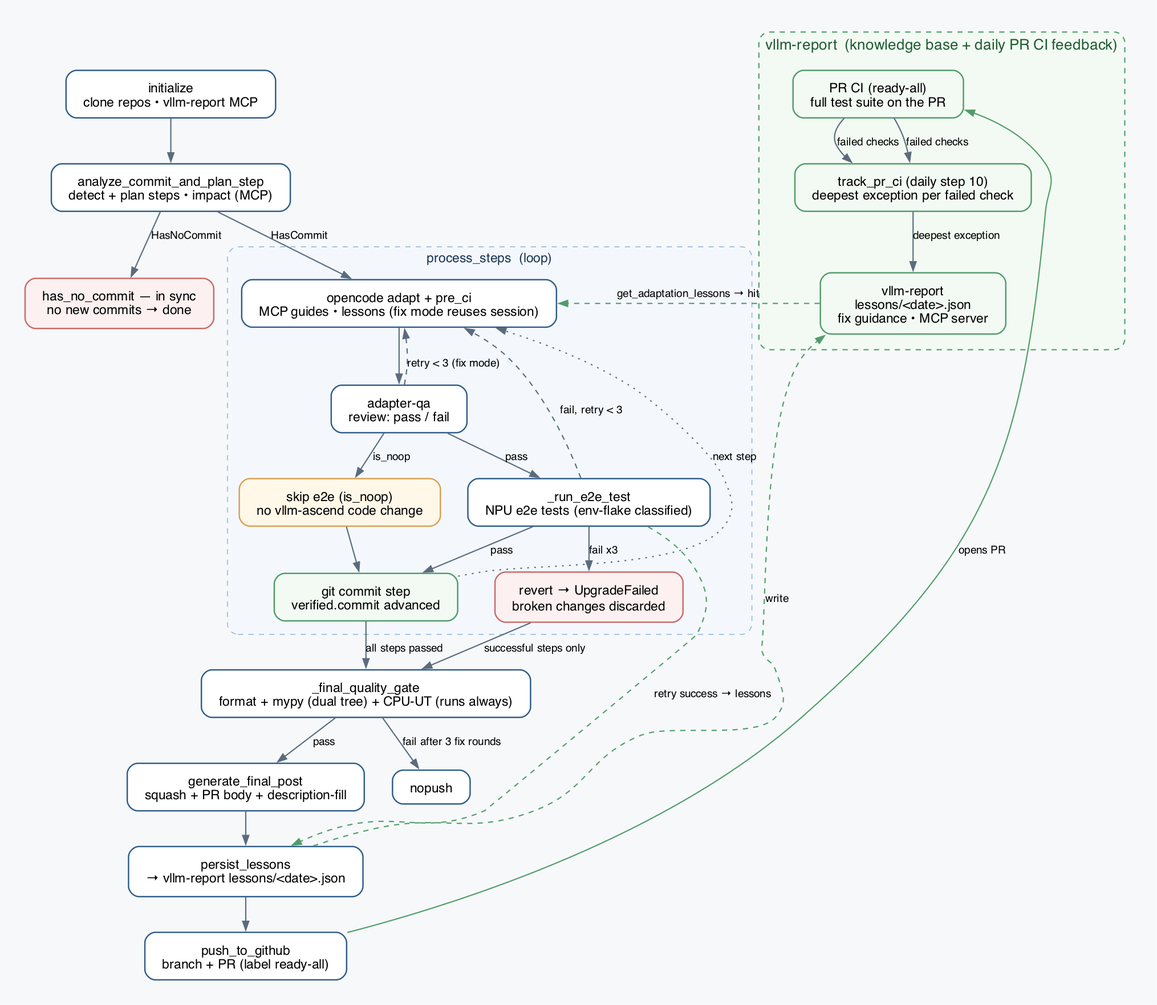
This is docs/images/workflow.png from vllm-ascend/main2main_flow, a Graphviz export, as it was before one commit. Its source is kept beside it as docs/images/workflow.dot.
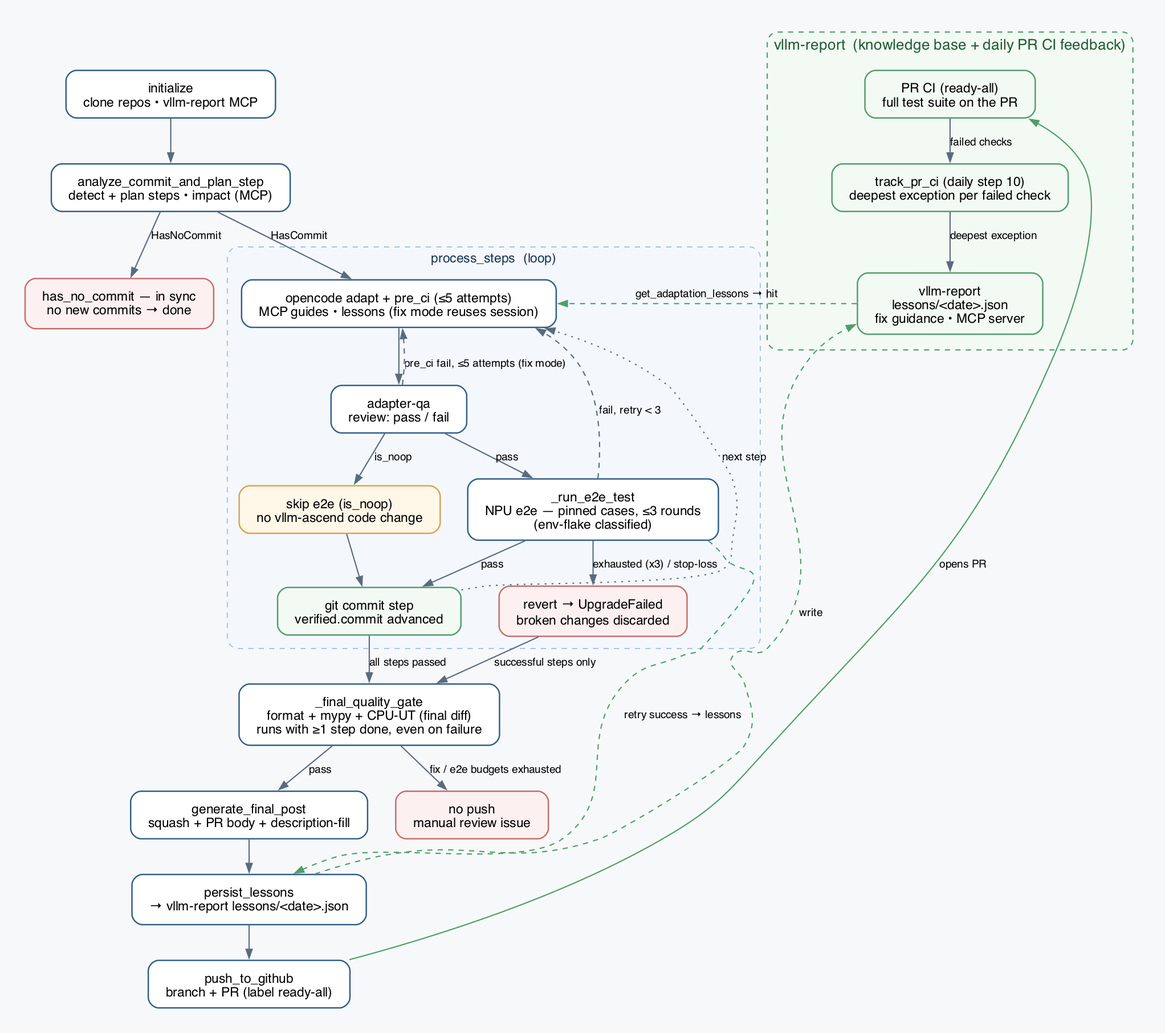
The same diagram one commit later.

Commit message:
docs: refresh README/guide/workflow diagram to current flow

The edit, as a diff of the source:
```diff
@@ -20,9 +20,9 @@
       labelloc=t; fontsize=15; fontcolor="#1a3550";
       style="rounded,dashed"; color="#8fb4d9"; bgcolor="#f4f8fd"; margin=14;
 
-      adapter [label="opencode adapt + pre_ci\nMCP guides • lessons (fix mode reuses session)"];
+      adapter [label="opencode adapt + pre_ci (≤5 attempts)\nMCP guides • lessons (fix mode reuses session)"];
       qa      [label="adapter-qa\nreview: pass / fail"];
-      e2e     [label="_run_e2e_test\nNPU e2e tests (env-flake classified)"];
+      e2e     [label="_run_e2e_test\nNPU e2e — pinned cases, ≤3 rounds\n(env-flake classified)"];
       noop    [label="skip e2e (is_noop)\nno vllm-ascend code change",
                fillcolor="#fff7e8", color="#d9a14f"];
       commit  [label="git commit step\nverified.commit advanced",
@@ -31,29 +31,31 @@
                fillcolor="#fdf0f0", color="#c96a6a"];
     }
 
-    gate    [label="_final_quality_gate\nformat + mypy (dual tree) + CPU-UT (runs always)"];
+    gate    [label="_final_quality_gate\nformat + mypy + CPU-UT (final diff)\nruns with ≥1 step done, even on failure"];
     post    [label="generate_final_post\nsquash + PR body + description-fill"];
     lessons [label="persist_lessons\n→ vllm-report lessons/<date>.json"];
     push    [label="push_to_github\nbranch + PR (label ready-all)"];
+    nopush  [label="no push\nmanual review issue",
+             fillcolor="#fdf0f0", color="#c96a6a"];
 
     init -> analyze;
     analyze -> nocommit [label="HasNoCommit"];
     analyze -> adapter [label="HasCommit"];
     adapter -> qa;
-    qa -> adapter [label="retry < 3 (fix mode)", style=dashed, constraint=false];
+    qa -> adapter [label="pre_ci fail, ≤5 attempts (fix mode)", style=dashed, constraint=false];
     qa -> e2e [label="pass"];
     qa -> noop [label="is_noop"];
     noop -> commit;
     e2e -> commit [label="pass"];
     e2e -> adapter [label="fail, retry < 3", style=dashed, constraint=false];
-    e2e -> revert [label="fail x3"];
+    e2e -> revert [label="exhausted (x3) / stop-loss"];
     commit -> adapter [label="next step", style=dotted, constraint=false];
     commit -> gate [label="all steps passed"];
     e2e -> lessons [label="retry success → lessons", style=dashed,
                     constraint=false, color="#4f9d6b"];
     revert -> gate [label="successful steps only", constraint=false];
     gate -> post [label="pass"];
-    gate -> nopush [label="fail after 3 fix rounds"];
+    gate -> nopush [label="fix / e2e budgets exhausted"];
     post -> lessons;
     lessons -> push;
     lessons -> lsn [label="write", style=dashed, color="#4f9d6b",
@@ -76,21 +78,6 @@
     track -> lsn [label="deepest exception"];
   }
 
-
-  subgraph cluster_loop2 {
-    label="PR CI feedback  (daily)";
-    labelloc=t; fontsize=17; fontcolor="#1f5c33";
-    style="rounded,dashed"; color="#4f9d6b"; penwidth=1.4; bgcolor="#f3faf3";
-    margin=18;
-
-    pcci  [label="PR CI (ready-all)\nfull test suite on the PR",
-           fillcolor="#f3faf3", color="#4f9d6b"];
-    track [label="track_pr_ci (daily step 10)\ndeepest exception per failed check",
-           fillcolor="#f3faf3", color="#4f9d6b"];
-    pcci -> track [label="failed checks"];
-  }
-
-
   push -> pcci [label="opens PR", color="#4f9d6b", constraint=false];
   lsn -> adapter [label="get_adaptation_lessons → hit", style=dashed,
                   color="#4f9d6b", constraint=false];
```
